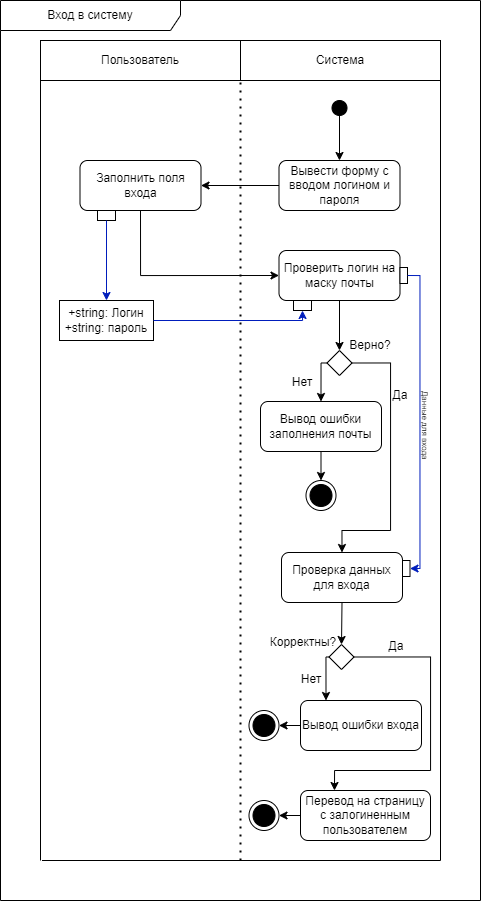
AS2/habrolink keeps this draw.io diagram as docs/activity_diagrams/вход в систему.png. Above is the earlier version. Source tidied: cells renumbered, new cells last; positions are measured from the earlier drawing's top-left corner, leaving out a move shared by most shapes.
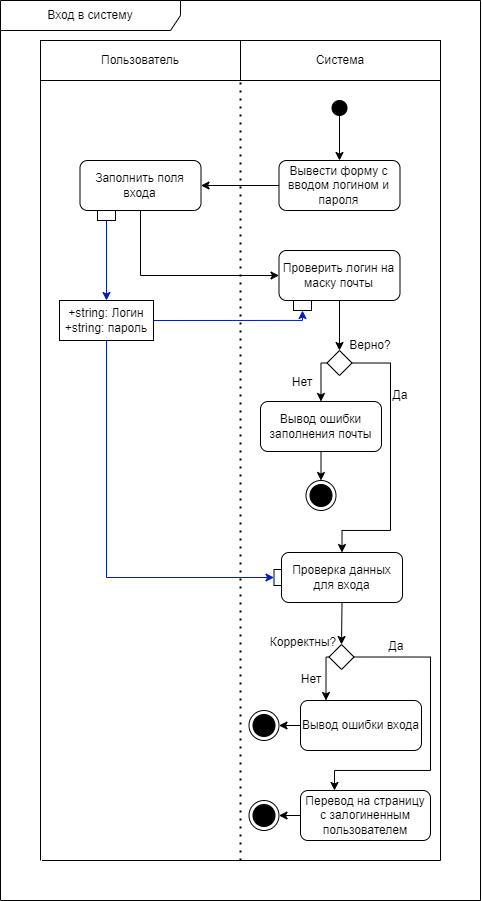
After the change.

Diff of the diagram source:
```diff
@@ -156,19 +156,13 @@
     <mxCell id="41" style="rounded=0;whiteSpace=wrap;html=1;" parent="1" vertex="1">
       <mxGeometry x="293" y="300" width="18" height="10" as="geometry" />
     </mxCell>
-    <mxCell id="42" style="rounded=0;whiteSpace=wrap;html=1;" parent="1" vertex="1">
-      <mxGeometry x="399.5" y="267" width="7.5" height="16" as="geometry" />
-    </mxCell>
     <mxCell id="43" style="rounded=0;whiteSpace=wrap;html=1;" parent="1" vertex="1">
-      <mxGeometry x="402" y="560" width="7.5" height="16" as="geometry" />
+      <mxGeometry x="273.5" y="569" width="7.5" height="16" as="geometry" />
     </mxCell>
     <mxCell id="44" style="endArrow=classic;html=1;rounded=0;exitX=0.5;exitY=1;exitDx=0;exitDy=0;edgeStyle=orthogonalEdgeStyle;fillColor=#0050ef;strokeColor=#001DBC;entryX=0.5;entryY=0;entryDx=0;entryDy=0;" parent="1" edge="1" source="40" target="47">
       <mxGeometry relative="1" as="geometry" />
     </mxCell>
-    <mxCell id="45" value="&lt;font style=&quot;font-size: 8px;&quot;&gt;Данные для входа&lt;/font&gt;" style="text;html=1;strokeColor=none;fillColor=none;align=center;verticalAlign=middle;whiteSpace=wrap;rounded=0;rotation=90;" parent="1" vertex="1">
-      <mxGeometry x="390" y="410" width="71.5" height="30" as="geometry" />
-    </mxCell>
-    <mxCell id="46" style="endArrow=classic;html=1;rounded=0;exitX=1;exitY=0.5;exitDx=0;exitDy=0;entryX=1;entryY=0.5;entryDx=0;entryDy=0;edgeStyle=orthogonalEdgeStyle;fillColor=#0050ef;strokeColor=#001DBC;" parent="1" edge="1" source="42" target="43">
+    <mxCell id="46" style="endArrow=classic;html=1;rounded=0;exitX=0.5;exitY=1;exitDx=0;exitDy=0;entryX=0;entryY=0.5;entryDx=0;entryDy=0;edgeStyle=orthogonalEdgeStyle;fillColor=#0050ef;strokeColor=#001DBC;" parent="1" edge="1" source="47" target="43">
       <mxGeometry relative="1" as="geometry" />
     </mxCell>
     <mxCell id="47" value="+string: Логин&lt;br&gt;+string:&amp;nbsp;пароль" style="rounded=0;whiteSpace=wrap;html=1;" parent="1" vertex="1">
```
